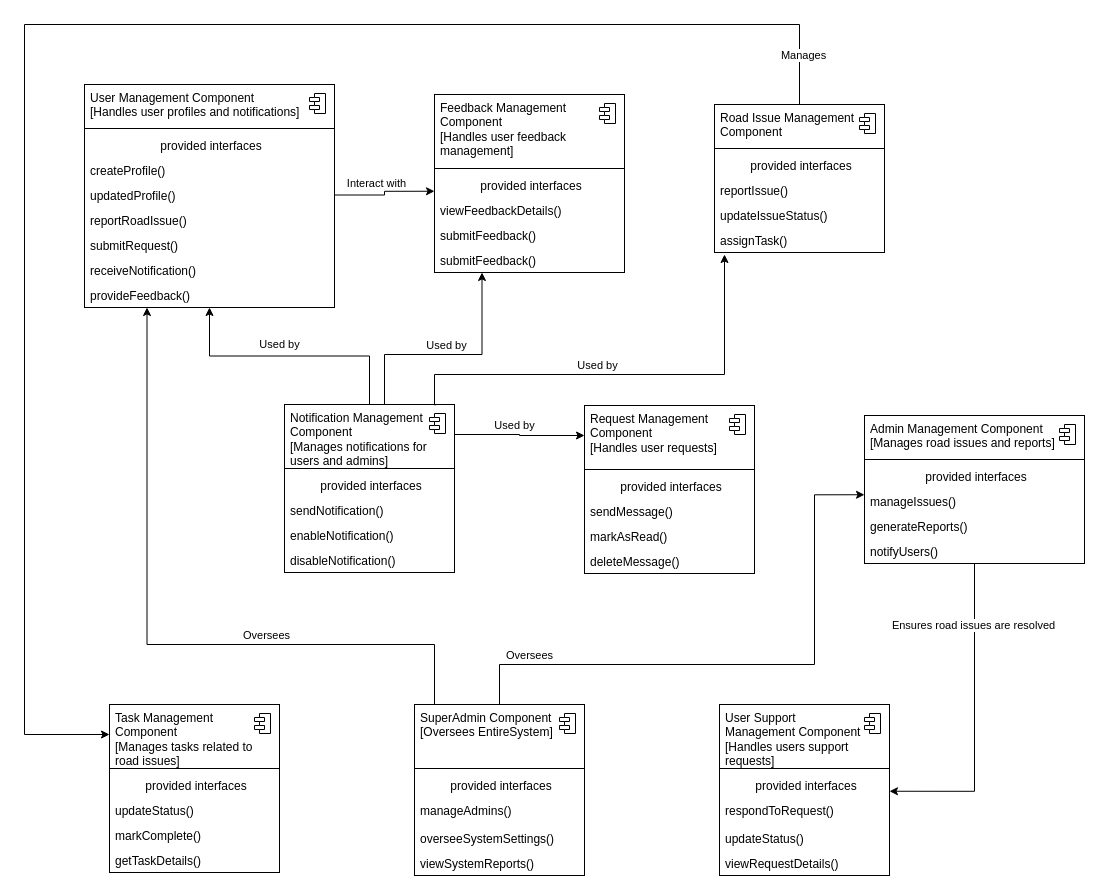
The draw.io diagram component-diagram-rmms.drawio in mmdc-j-abejo/draw, before the edit. Source tidied: cells renumbered, new cells numbered last; positions are measured from the earlier drawing's top-left corner, leaving out a move shared by most shapes. Both pictures are drawn from the tidied source at 100%, with x=0, y=0 at pixel (24, 24).
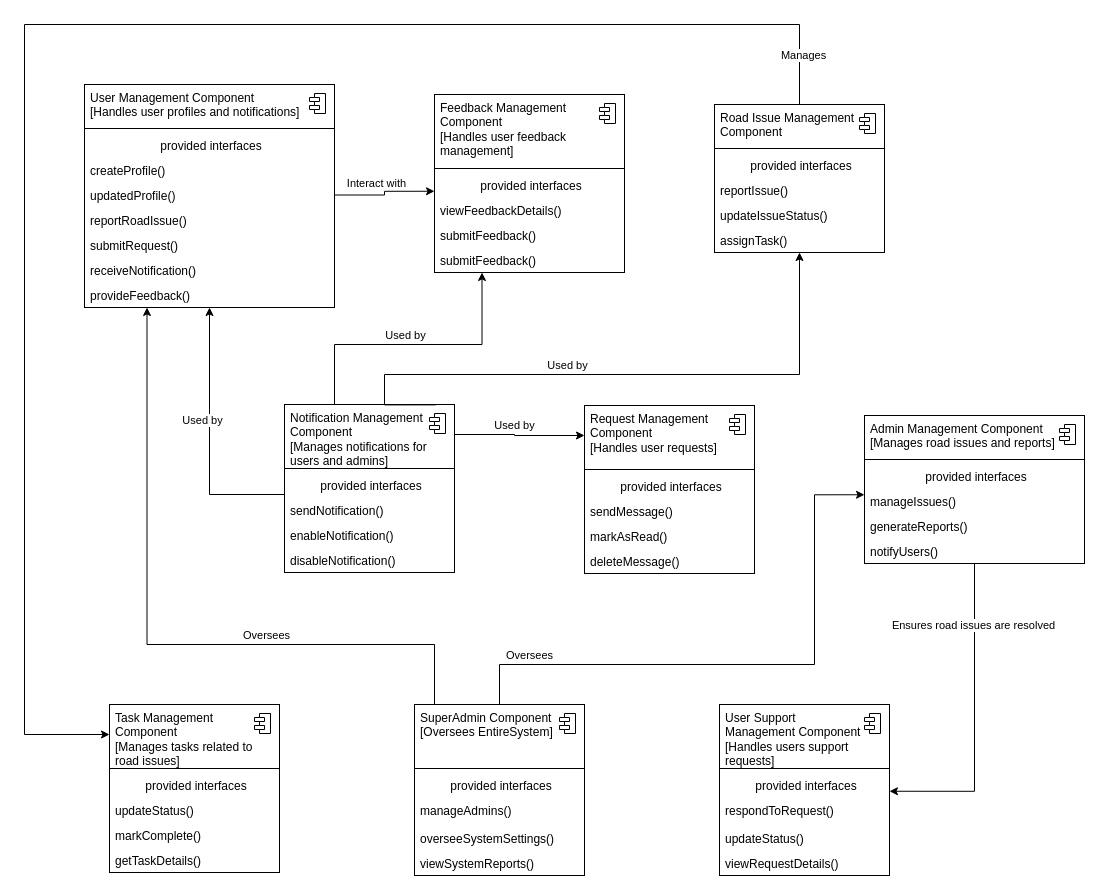
Above is the later version.

Unchanged cells that the change refers to:
```xml
<mxCell id="12" value="provideFeedback()" style="html=1;align=left;spacingLeft=4;verticalAlign=top;strokeColor=none;fillColor=none;whiteSpace=wrap;" parent="2" vertex="1">
  <mxGeometry y="198" width="250" height="25" as="geometry" />
</mxCell>
<mxCell id="20" value="submitFeedback()" style="html=1;align=left;spacingLeft=4;verticalAlign=top;strokeColor=none;fillColor=none;whiteSpace=wrap;" parent="13" vertex="1">
  <mxGeometry y="153" width="190" height="25" as="geometry" />
</mxCell>
<mxCell id="28" value="assignTask()" style="html=1;align=left;spacingLeft=4;verticalAlign=top;strokeColor=none;fillColor=none;whiteSpace=wrap;" parent="21" vertex="1">
  <mxGeometry y="123" width="170" height="25" as="geometry" />
</mxCell>
<mxCell id="30" value="Notification&amp;nbsp;Management Component&lt;br&gt;[Manages notifications for&lt;br&gt;users and admins]" style="html=1;align=left;spacingLeft=4;verticalAlign=top;strokeColor=none;fillColor=none;whiteSpace=wrap;" parent="29" vertex="1">
  <mxGeometry width="170" height="60" as="geometry" />
</mxCell>
<mxCell id="34" value="sendNotification()" style="html=1;align=left;spacingLeft=4;verticalAlign=top;strokeColor=none;fillColor=none;whiteSpace=wrap;" parent="29" vertex="1">
  <mxGeometry y="93" width="170" height="25" as="geometry" />
</mxCell>
<mxCell id="38" value="Request Management&lt;br&gt;Component&lt;br&gt;[Handles user requests]" style="html=1;align=left;spacingLeft=4;verticalAlign=top;strokeColor=none;fillColor=none;whiteSpace=wrap;" parent="37" vertex="1">
  <mxGeometry width="170" height="60" as="geometry" />
</mxCell>
```

What changed in the source:
```diff
@@
-    <mxCell id="79" style="rounded=0;jettySize=auto;html=1;entryX=0.5;entryY=1;entryDx=0;entryDy=0;edgeStyle=orthogonalEdgeStyle;" parent="1" edge="1" source="30" target="12">
-      <mxGeometry relative="1" as="geometry" />
+    <mxCell id="79" style="rounded=0;jettySize=auto;html=1;entryX=0.5;entryY=1;entryDx=0;entryDy=0;edgeStyle=orthogonalEdgeStyle;exitX=0;exitY=0;exitDx=0;exitDy=0;" parent="1" edge="1" source="34" target="12">
+      <mxGeometry relative="1" as="geometry">
+        <Array as="points">
+          <mxPoint x="260" y="470" />
+          <mxPoint x="185" y="470" />
+        </Array>
+      </mxGeometry>
     </mxCell>
@@
     <mxCell id="85" style="edgeStyle=orthogonalEdgeStyle;rounded=0;jettySize=auto;html=1;entryX=0.25;entryY=1;entryDx=0;entryDy=0;" parent="1" edge="1" source="30" target="20">
       <mxGeometry relative="1" as="geometry">
         <Array as="points">
-          <mxPoint x="360" y="330" />
-          <mxPoint x="458" y="330" />
+          <mxPoint x="310" y="320" />
+          <mxPoint x="458" y="320" />
         </Array>
       </mxGeometry>
     </mxCell>
@@
-    <mxCell id="87" style="edgeStyle=orthogonalEdgeStyle;rounded=0;jettySize=auto;html=1;exitX=0.89;exitY=0.006;exitDx=0;exitDy=0;exitPerimeter=0;" parent="1" edge="1" source="30">
+    <mxCell id="87" style="edgeStyle=orthogonalEdgeStyle;rounded=0;jettySize=auto;html=1;exitX=0.89;exitY=0.006;exitDx=0;exitDy=0;exitPerimeter=0;entryX=0.5;entryY=1;entryDx=0;entryDy=0;" parent="1" edge="1" source="30" target="28">
       <mxGeometry relative="1" as="geometry">
-        <mxPoint x="700" y="230" as="targetPoint" />
         <Array as="points">
-          <mxPoint x="410" y="380" />
-          <mxPoint x="410" y="350" />
-          <mxPoint x="700" y="350" />
+          <mxPoint x="360" y="380" />
+          <mxPoint x="360" y="350" />
+          <mxPoint x="775" y="350" />
         </Array>
       </mxGeometry>
     </mxCell>
@@
     <mxCell id="89" style="edgeStyle=orthogonalEdgeStyle;rounded=0;jettySize=auto;html=1;entryX=0;entryY=0.5;entryDx=0;entryDy=0;" parent="1" edge="1" source="30" target="38">
-      <mxGeometry relative="1" as="geometry" />
+      <mxGeometry relative="1" as="geometry">
+        <Array as="points">
+          <mxPoint x="490" y="410" />
+        </Array>
+      </mxGeometry>
     </mxCell>
```
